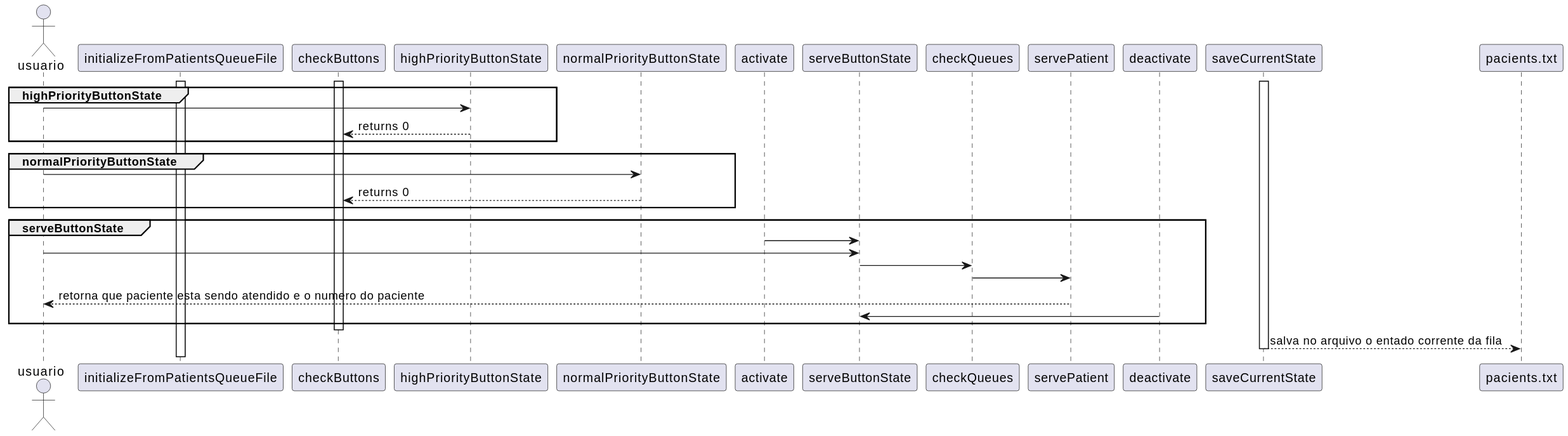
Before: Diagramas/sequencia.svg, a diagram exported from PlantUML (fabifseghetto/projeto_GB_embarcados).
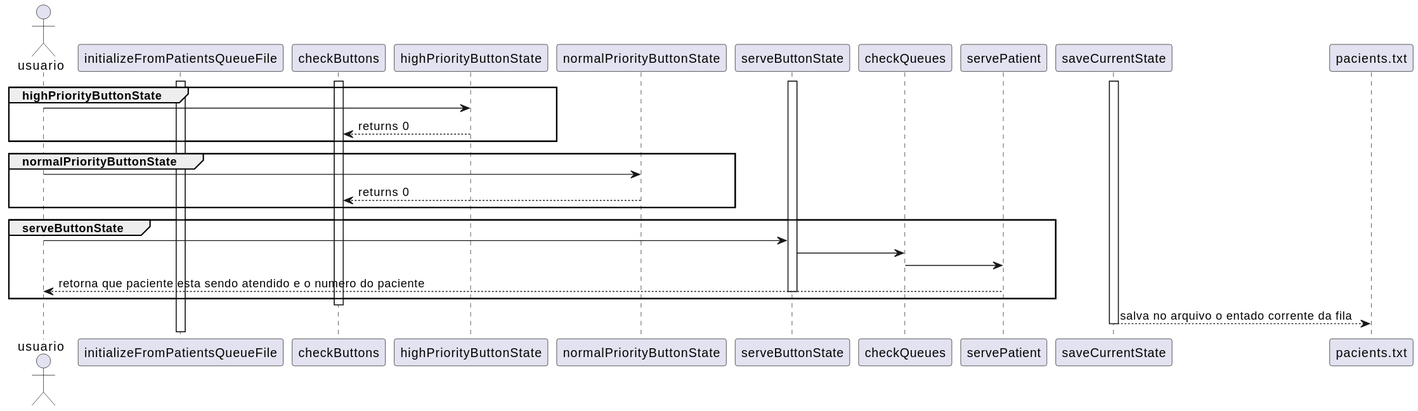
After the commit.

Commit message:
adjusted serveButtonState

Diff of the diagram source:
```diff
@@ -18,12 +18,12 @@
     end
 
     group serveButtonState
-        activate -> serveButtonState
+        activate serveButtonState
             usuario -> serveButtonState
             serveButtonState -> checkQueues
             checkQueues -> servePatient
             servePatient --> usuario : retorna que paciente esta sendo atendido e o numero do paciente
-        deactivate -> serveButtonState
+        deactivate serveButtonState
     end
 deactivate checkButtons
 
```
